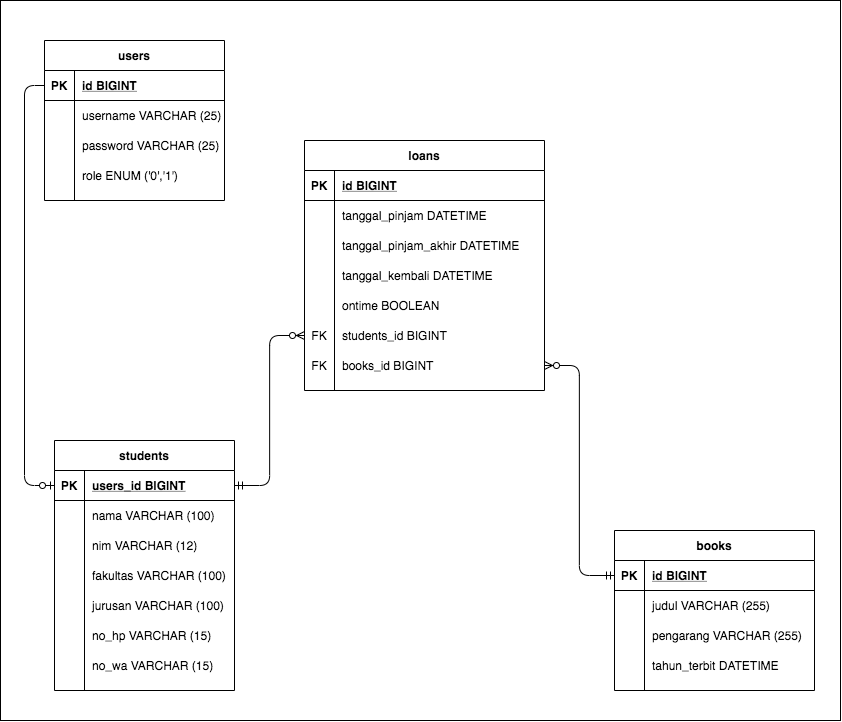
The draw.io diagram public/erd/perpus.png in rizqi-111/jwt-sanbercode, before a commit. Source tidied: cells renumbered, new cells last; positions are measured from the earlier drawing's top-left corner, leaving out a move shared by most shapes. The source it was exported from:
```xml
<mxGraphModel>
  <root>
    <mxCell id="0" />
    <mxCell id="1" parent="0" />
    <mxCell id="2" style="rounded=0;whiteSpace=wrap;html=1;" parent="1" vertex="1">
      <mxGeometry width="840" height="720" as="geometry" />
    </mxCell>
    <mxCell id="3" value="users" style="shape=table;startSize=30;rowLines=0;fontStyle=1;align=center;" parent="1" vertex="1">
      <mxGeometry x="44" y="40" width="180" height="160" as="geometry" />
    </mxCell>
    <mxCell id="4" style="shape=partialRectangle;fillColor=none;top=0;left=0;bottom=1;right=0;points=[[0,0.5],[1,0.5]];portConstraint=eastwest;" parent="3" vertex="1">
      <mxGeometry y="30" width="180" height="30" as="geometry" />
    </mxCell>
    <mxCell id="5" value="PK" style="shape=partialRectangle;fillColor=none;top=0;left=0;bottom=0;right=0;fontStyle=1;overflow=hidden;" parent="4" vertex="1">
      <mxGeometry width="30" height="30" as="geometry" />
    </mxCell>
    <mxCell id="6" value="id BIGINT" style="shape=partialRectangle;fillColor=none;top=0;left=0;bottom=0;right=0;align=left;spacingLeft=6;fontStyle=5;overflow=hidden;" parent="4" vertex="1">
      <mxGeometry x="30" width="150" height="30" as="geometry" />
    </mxCell>
    <mxCell id="7" style="shape=partialRectangle;fillColor=none;top=0;left=0;bottom=0;right=0;" parent="3" vertex="1">
      <mxGeometry y="60" width="180" height="30" as="geometry" />
    </mxCell>
    <mxCell id="8" style="shape=partialRectangle;fillColor=none;top=0;left=0;bottom=0;right=0;overflow=hidden;" parent="7" vertex="1">
      <mxGeometry width="30" height="30" as="geometry" />
    </mxCell>
    <mxCell id="9" value="username VARCHAR (25)" style="shape=partialRectangle;fillColor=none;top=0;left=0;bottom=0;right=0;align=left;spacingLeft=6;overflow=hidden;" parent="7" vertex="1">
      <mxGeometry x="30" width="150" height="30" as="geometry" />
    </mxCell>
    <mxCell id="10" style="shape=partialRectangle;fillColor=none;top=0;left=0;bottom=0;right=0;" parent="3" vertex="1">
      <mxGeometry y="90" width="180" height="30" as="geometry" />
    </mxCell>
    <mxCell id="11" style="shape=partialRectangle;fillColor=none;top=0;left=0;bottom=0;right=0;overflow=hidden;" parent="10" vertex="1">
      <mxGeometry width="30" height="30" as="geometry" />
    </mxCell>
    <mxCell id="12" value="password VARCHAR (25)" style="shape=partialRectangle;fillColor=none;top=0;left=0;bottom=0;right=0;align=left;spacingLeft=6;overflow=hidden;" parent="10" vertex="1">
      <mxGeometry x="30" width="150" height="30" as="geometry" />
    </mxCell>
    <mxCell id="13" style="shape=partialRectangle;fillColor=none;top=0;left=0;bottom=0;right=0;" parent="3" vertex="1">
      <mxGeometry y="120" width="180" height="30" as="geometry" />
    </mxCell>
    <mxCell id="14" style="shape=partialRectangle;fillColor=none;top=0;left=0;bottom=0;right=0;overflow=hidden;" parent="13" vertex="1">
      <mxGeometry width="30" height="30" as="geometry" />
    </mxCell>
    <mxCell id="15" value="role ENUM ('0','1')" style="shape=partialRectangle;fillColor=none;top=0;left=0;bottom=0;right=0;align=left;spacingLeft=6;overflow=hidden;" parent="13" vertex="1">
      <mxGeometry x="30" width="150" height="30" as="geometry" />
    </mxCell>
    <mxCell id="16" value="students" style="shape=table;startSize=30;rowLines=0;fontStyle=1;align=center;" parent="1" vertex="1">
      <mxGeometry x="54" y="440" width="180" height="250" as="geometry" />
    </mxCell>
    <mxCell id="17" style="shape=partialRectangle;fillColor=none;top=0;left=0;bottom=1;right=0;points=[[0,0.5],[1,0.5]];portConstraint=eastwest;" parent="16" vertex="1">
      <mxGeometry y="30" width="180" height="30" as="geometry" />
    </mxCell>
    <mxCell id="18" value="PK" style="shape=partialRectangle;fillColor=none;top=0;left=0;bottom=0;right=0;fontStyle=1;overflow=hidden;" parent="17" vertex="1">
      <mxGeometry width="30" height="30" as="geometry" />
    </mxCell>
    <mxCell id="19" value="users_id BIGINT" style="shape=partialRectangle;fillColor=none;top=0;left=0;bottom=0;right=0;align=left;spacingLeft=6;fontStyle=5;overflow=hidden;" parent="17" vertex="1">
      <mxGeometry x="30" width="150" height="30" as="geometry" />
    </mxCell>
    <mxCell id="20" style="shape=partialRectangle;fillColor=none;top=0;left=0;bottom=0;right=0;" parent="16" vertex="1">
      <mxGeometry y="60" width="180" height="30" as="geometry" />
    </mxCell>
    <mxCell id="21" style="shape=partialRectangle;fillColor=none;top=0;left=0;bottom=0;right=0;overflow=hidden;" parent="20" vertex="1">
      <mxGeometry width="30" height="30" as="geometry" />
    </mxCell>
    <mxCell id="22" value="nama VARCHAR (100)" style="shape=partialRectangle;fillColor=none;top=0;left=0;bottom=0;right=0;align=left;spacingLeft=6;overflow=hidden;" parent="20" vertex="1">
      <mxGeometry x="30" width="150" height="30" as="geometry" />
    </mxCell>
    <mxCell id="23" style="shape=partialRectangle;fillColor=none;top=0;left=0;bottom=0;right=0;" parent="16" vertex="1">
      <mxGeometry y="90" width="180" height="30" as="geometry" />
    </mxCell>
    <mxCell id="24" style="shape=partialRectangle;fillColor=none;top=0;left=0;bottom=0;right=0;overflow=hidden;" parent="23" vertex="1">
      <mxGeometry width="30" height="30" as="geometry" />
    </mxCell>
    <mxCell id="25" value="nim VARCHAR (12)" style="shape=partialRectangle;fillColor=none;top=0;left=0;bottom=0;right=0;align=left;spacingLeft=6;overflow=hidden;" parent="23" vertex="1">
      <mxGeometry x="30" width="150" height="30" as="geometry" />
    </mxCell>
    <mxCell id="26" style="shape=partialRectangle;fillColor=none;top=0;left=0;bottom=0;right=0;" parent="16" vertex="1">
      <mxGeometry y="120" width="180" height="30" as="geometry" />
    </mxCell>
    <mxCell id="27" style="shape=partialRectangle;fillColor=none;top=0;left=0;bottom=0;right=0;overflow=hidden;" parent="26" vertex="1">
      <mxGeometry width="30" height="30" as="geometry" />
    </mxCell>
    <mxCell id="28" value="fakultas VARCHAR (100)" style="shape=partialRectangle;fillColor=none;top=0;left=0;bottom=0;right=0;align=left;spacingLeft=6;overflow=hidden;" parent="26" vertex="1">
      <mxGeometry x="30" width="150" height="30" as="geometry" />
    </mxCell>
    <mxCell id="29" style="shape=partialRectangle;fillColor=none;top=0;left=0;bottom=0;right=0;" parent="16" vertex="1">
      <mxGeometry y="150" width="180" height="30" as="geometry" />
    </mxCell>
    <mxCell id="30" style="shape=partialRectangle;fillColor=none;top=0;left=0;bottom=0;right=0;overflow=hidden;" parent="29" vertex="1">
      <mxGeometry width="30" height="30" as="geometry" />
    </mxCell>
    <mxCell id="31" value="jurusan VARCHAR (100)" style="shape=partialRectangle;fillColor=none;top=0;left=0;bottom=0;right=0;align=left;spacingLeft=6;overflow=hidden;" parent="29" vertex="1">
      <mxGeometry x="30" width="150" height="30" as="geometry" />
    </mxCell>
    <mxCell id="32" style="shape=partialRectangle;fillColor=none;top=0;left=0;bottom=0;right=0;" parent="16" vertex="1">
      <mxGeometry y="180" width="180" height="30" as="geometry" />
    </mxCell>
    <mxCell id="33" style="shape=partialRectangle;fillColor=none;top=0;left=0;bottom=0;right=0;overflow=hidden;" parent="32" vertex="1">
      <mxGeometry width="30" height="30" as="geometry" />
    </mxCell>
    <mxCell id="34" value="no_hp VARCHAR (15)" style="shape=partialRectangle;fillColor=none;top=0;left=0;bottom=0;right=0;align=left;spacingLeft=6;overflow=hidden;" parent="32" vertex="1">
      <mxGeometry x="30" width="150" height="30" as="geometry" />
    </mxCell>
    <mxCell id="35" style="shape=partialRectangle;fillColor=none;top=0;left=0;bottom=0;right=0;" parent="16" vertex="1">
      <mxGeometry y="210" width="180" height="30" as="geometry" />
    </mxCell>
    <mxCell id="36" style="shape=partialRectangle;fillColor=none;top=0;left=0;bottom=0;right=0;overflow=hidden;" parent="35" vertex="1">
      <mxGeometry width="30" height="30" as="geometry" />
    </mxCell>
    <mxCell id="37" value="no_wa VARCHAR (15)" style="shape=partialRectangle;fillColor=none;top=0;left=0;bottom=0;right=0;align=left;spacingLeft=6;overflow=hidden;" parent="35" vertex="1">
      <mxGeometry x="30" width="150" height="30" as="geometry" />
    </mxCell>
    <mxCell id="38" style="fontSize=12;html=1;endArrow=ERzeroToOne;endFill=1;exitX=0;exitY=0.5;exitDx=0;exitDy=0;entryX=0;entryY=0.5;entryDx=0;entryDy=0;edgeStyle=orthogonalEdgeStyle;" parent="1" edge="1" source="4" target="17">
      <mxGeometry relative="1" as="geometry">
        <Array as="points">
          <mxPoint x="24" y="85" />
          <mxPoint x="24" y="485" />
        </Array>
      </mxGeometry>
    </mxCell>
    <mxCell id="39" style="fontSize=12;html=1;endArrow=ERzeroToMany;startArrow=ERmandOne;exitX=1;exitY=0.5;exitDx=0;exitDy=0;entryX=0;entryY=0.5;entryDx=0;entryDy=0;edgeStyle=orthogonalEdgeStyle;" parent="1" edge="1" source="17" target="56">
      <mxGeometry relative="1" as="geometry" />
    </mxCell>
    <mxCell id="40" value="loans" style="shape=table;startSize=30;rowLines=0;fontStyle=1;align=center;" parent="1" vertex="1">
      <mxGeometry x="304" y="140" width="240" height="250" as="geometry" />
    </mxCell>
    <mxCell id="41" style="shape=partialRectangle;fillColor=none;top=0;left=0;bottom=1;right=0;" parent="40" vertex="1">
      <mxGeometry y="30" width="240" height="30" as="geometry" />
    </mxCell>
    <mxCell id="42" value="PK" style="shape=partialRectangle;fillColor=none;top=0;left=0;bottom=0;right=0;fontStyle=1;overflow=hidden;" parent="41" vertex="1">
      <mxGeometry width="30" height="30" as="geometry" />
    </mxCell>
    <mxCell id="43" value="id BIGINT" style="shape=partialRectangle;fillColor=none;top=0;left=0;bottom=0;right=0;align=left;spacingLeft=6;fontStyle=5;overflow=hidden;" parent="41" vertex="1">
      <mxGeometry x="30" width="210" height="30" as="geometry" />
    </mxCell>
    <mxCell id="44" style="shape=partialRectangle;fillColor=none;top=0;left=0;bottom=0;right=0;" parent="40" vertex="1">
      <mxGeometry y="60" width="240" height="30" as="geometry" />
    </mxCell>
    <mxCell id="45" style="shape=partialRectangle;fillColor=none;top=0;left=0;bottom=0;right=0;overflow=hidden;" parent="44" vertex="1">
      <mxGeometry width="30" height="30" as="geometry" />
    </mxCell>
    <mxCell id="46" value="tanggal_pinjam DATETIME" style="shape=partialRectangle;fillColor=none;top=0;left=0;bottom=0;right=0;align=left;spacingLeft=6;overflow=hidden;" parent="44" vertex="1">
      <mxGeometry x="30" width="210" height="30" as="geometry" />
    </mxCell>
    <mxCell id="47" style="shape=partialRectangle;fillColor=none;top=0;left=0;bottom=0;right=0;" parent="40" vertex="1">
      <mxGeometry y="90" width="240" height="30" as="geometry" />
    </mxCell>
    <mxCell id="48" style="shape=partialRectangle;fillColor=none;top=0;left=0;bottom=0;right=0;overflow=hidden;" parent="47" vertex="1">
      <mxGeometry width="30" height="30" as="geometry" />
    </mxCell>
    <mxCell id="49" value="tanggal_pinjam_akhir DATETIME" style="shape=partialRectangle;fillColor=none;top=0;left=0;bottom=0;right=0;align=left;spacingLeft=6;overflow=hidden;" parent="47" vertex="1">
      <mxGeometry x="30" width="210" height="30" as="geometry" />
    </mxCell>
    <mxCell id="50" style="shape=partialRectangle;fillColor=none;top=0;left=0;bottom=0;right=0;" parent="40" vertex="1">
      <mxGeometry y="120" width="240" height="30" as="geometry" />
    </mxCell>
    <mxCell id="51" style="shape=partialRectangle;fillColor=none;top=0;left=0;bottom=0;right=0;overflow=hidden;" parent="50" vertex="1">
      <mxGeometry width="30" height="30" as="geometry" />
    </mxCell>
    <mxCell id="52" value="tanggal_kembali DATETIME" style="shape=partialRectangle;fillColor=none;top=0;left=0;bottom=0;right=0;align=left;spacingLeft=6;overflow=hidden;" parent="50" vertex="1">
      <mxGeometry x="30" width="210" height="30" as="geometry" />
    </mxCell>
    <mxCell id="53" style="shape=partialRectangle;fillColor=none;top=0;left=0;bottom=0;right=0;" parent="40" vertex="1">
      <mxGeometry y="150" width="240" height="30" as="geometry" />
    </mxCell>
    <mxCell id="54" style="shape=partialRectangle;fillColor=none;top=0;left=0;bottom=0;right=0;overflow=hidden;" parent="53" vertex="1">
      <mxGeometry width="30" height="30" as="geometry" />
    </mxCell>
    <mxCell id="55" value="ontime BOOLEAN" style="shape=partialRectangle;fillColor=none;top=0;left=0;bottom=0;right=0;align=left;spacingLeft=6;overflow=hidden;" parent="53" vertex="1">
      <mxGeometry x="30" width="210" height="30" as="geometry" />
    </mxCell>
    <mxCell id="56" style="shape=partialRectangle;fillColor=none;top=0;left=0;bottom=0;right=0;points=[[0,0.5],[1,0.5]];portConstraint=eastwest;" parent="40" vertex="1">
      <mxGeometry y="180" width="240" height="30" as="geometry" />
    </mxCell>
    <mxCell id="57" value="FK" style="shape=partialRectangle;fillColor=none;top=0;left=0;bottom=0;right=0;fontStyle=0;overflow=hidden;" parent="56" vertex="1">
      <mxGeometry width="30" height="30" as="geometry" />
    </mxCell>
    <mxCell id="58" value="students_id BIGINT" style="shape=partialRectangle;fillColor=none;top=0;left=0;bottom=0;right=0;align=left;spacingLeft=6;fontStyle=0;overflow=hidden;" parent="56" vertex="1">
      <mxGeometry x="30" width="210" height="30" as="geometry" />
    </mxCell>
    <mxCell id="59" style="shape=partialRectangle;fillColor=none;top=0;left=0;bottom=0;right=0;points=[[0,0.5],[1,0.5]];portConstraint=eastwest;" parent="40" vertex="1">
      <mxGeometry y="210" width="240" height="30" as="geometry" />
    </mxCell>
    <mxCell id="60" value="FK" style="shape=partialRectangle;fillColor=none;top=0;left=0;bottom=0;right=0;fontStyle=0;overflow=hidden;" parent="59" vertex="1">
      <mxGeometry width="30" height="30" as="geometry" />
    </mxCell>
    <mxCell id="61" value="books_id BIGINT" style="shape=partialRectangle;fillColor=none;top=0;left=0;bottom=0;right=0;align=left;spacingLeft=6;fontStyle=0;overflow=hidden;" parent="59" vertex="1">
      <mxGeometry x="30" width="210" height="30" as="geometry" />
    </mxCell>
    <mxCell id="62" style="fontSize=12;html=1;endArrow=ERzeroToMany;startArrow=ERmandOne;entryX=1;entryY=0.5;entryDx=0;entryDy=0;exitX=0;exitY=0.5;exitDx=0;exitDy=0;edgeStyle=orthogonalEdgeStyle;" parent="1" edge="1" source="64" target="59">
      <mxGeometry relative="1" as="geometry" />
    </mxCell>
    <mxCell id="63" value="books" style="shape=table;startSize=30;rowLines=0;fontStyle=1;align=center;" parent="1" vertex="1">
      <mxGeometry x="614" y="530" width="200" height="160" as="geometry" />
    </mxCell>
    <mxCell id="64" style="shape=partialRectangle;fillColor=none;top=0;left=0;bottom=1;right=0;points=[[0,0.5],[1,0.5]];portConstraint=eastwest;" parent="63" vertex="1">
      <mxGeometry y="30" width="200" height="30" as="geometry" />
    </mxCell>
    <mxCell id="65" value="PK" style="shape=partialRectangle;fillColor=none;top=0;left=0;bottom=0;right=0;fontStyle=1;overflow=hidden;" parent="64" vertex="1">
      <mxGeometry width="30" height="30" as="geometry" />
    </mxCell>
    <mxCell id="66" value="id BIGINT" style="shape=partialRectangle;fillColor=none;top=0;left=0;bottom=0;right=0;align=left;spacingLeft=6;fontStyle=5;overflow=hidden;" parent="64" vertex="1">
      <mxGeometry x="30" width="170" height="30" as="geometry" />
    </mxCell>
    <mxCell id="67" style="shape=partialRectangle;fillColor=none;top=0;left=0;bottom=0;right=0;" parent="63" vertex="1">
      <mxGeometry y="60" width="200" height="30" as="geometry" />
    </mxCell>
    <mxCell id="68" style="shape=partialRectangle;fillColor=none;top=0;left=0;bottom=0;right=0;overflow=hidden;" parent="67" vertex="1">
      <mxGeometry width="30" height="30" as="geometry" />
    </mxCell>
    <mxCell id="69" value="judul VARCHAR (255)" style="shape=partialRectangle;fillColor=none;top=0;left=0;bottom=0;right=0;align=left;spacingLeft=6;overflow=hidden;" parent="67" vertex="1">
      <mxGeometry x="30" width="170" height="30" as="geometry" />
    </mxCell>
    <mxCell id="70" style="shape=partialRectangle;fillColor=none;top=0;left=0;bottom=0;right=0;" parent="63" vertex="1">
      <mxGeometry y="90" width="200" height="30" as="geometry" />
    </mxCell>
    <mxCell id="71" style="shape=partialRectangle;fillColor=none;top=0;left=0;bottom=0;right=0;overflow=hidden;" parent="70" vertex="1">
      <mxGeometry width="30" height="30" as="geometry" />
    </mxCell>
    <mxCell id="72" value="pengarang VARCHAR (255)" style="shape=partialRectangle;fillColor=none;top=0;left=0;bottom=0;right=0;align=left;spacingLeft=6;overflow=hidden;" parent="70" vertex="1">
      <mxGeometry x="30" width="170" height="30" as="geometry" />
    </mxCell>
    <mxCell id="73" style="shape=partialRectangle;fillColor=none;top=0;left=0;bottom=0;right=0;" parent="63" vertex="1">
      <mxGeometry y="120" width="200" height="30" as="geometry" />
    </mxCell>
    <mxCell id="74" style="shape=partialRectangle;fillColor=none;top=0;left=0;bottom=0;right=0;overflow=hidden;" parent="73" vertex="1">
      <mxGeometry width="30" height="30" as="geometry" />
    </mxCell>
    <mxCell id="75" value="tahun_terbit DATETIME" style="shape=partialRectangle;fillColor=none;top=0;left=0;bottom=0;right=0;align=left;spacingLeft=6;overflow=hidden;" parent="73" vertex="1">
      <mxGeometry x="30" width="170" height="30" as="geometry" />
    </mxCell>
  </root>
</mxGraphModel>
```
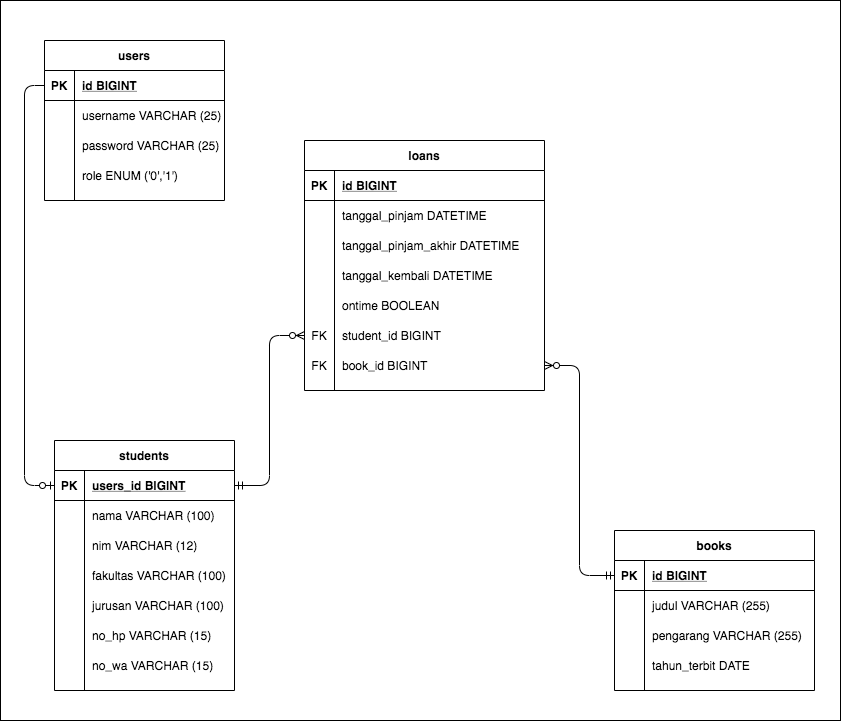
The same file after the commit.

Change to the diagram source:
```diff
@@ -175,7 +175,7 @@
     <mxCell id="57" value="FK" style="shape=partialRectangle;fillColor=none;top=0;left=0;bottom=0;right=0;fontStyle=0;overflow=hidden;" parent="56" vertex="1">
       <mxGeometry width="30" height="30" as="geometry" />
     </mxCell>
-    <mxCell id="58" value="students_id BIGINT" style="shape=partialRectangle;fillColor=none;top=0;left=0;bottom=0;right=0;align=left;spacingLeft=6;fontStyle=0;overflow=hidden;" parent="56" vertex="1">
+    <mxCell id="58" value="student_id BIGINT" style="shape=partialRectangle;fillColor=none;top=0;left=0;bottom=0;right=0;align=left;spacingLeft=6;fontStyle=0;overflow=hidden;" parent="56" vertex="1">
       <mxGeometry x="30" width="210" height="30" as="geometry" />
     </mxCell>
     <mxCell id="59" style="shape=partialRectangle;fillColor=none;top=0;left=0;bottom=0;right=0;points=[[0,0.5],[1,0.5]];portConstraint=eastwest;" parent="40" vertex="1">
@@ -184,7 +184,7 @@
     <mxCell id="60" value="FK" style="shape=partialRectangle;fillColor=none;top=0;left=0;bottom=0;right=0;fontStyle=0;overflow=hidden;" parent="59" vertex="1">
       <mxGeometry width="30" height="30" as="geometry" />
     </mxCell>
-    <mxCell id="61" value="books_id BIGINT" style="shape=partialRectangle;fillColor=none;top=0;left=0;bottom=0;right=0;align=left;spacingLeft=6;fontStyle=0;overflow=hidden;" parent="59" vertex="1">
+    <mxCell id="61" value="book_id BIGINT" style="shape=partialRectangle;fillColor=none;top=0;left=0;bottom=0;right=0;align=left;spacingLeft=6;fontStyle=0;overflow=hidden;" parent="59" vertex="1">
       <mxGeometry x="30" width="210" height="30" as="geometry" />
     </mxCell>
     <mxCell id="62" style="fontSize=12;html=1;endArrow=ERzeroToMany;startArrow=ERmandOne;entryX=1;entryY=0.5;entryDx=0;entryDy=0;exitX=0;exitY=0.5;exitDx=0;exitDy=0;edgeStyle=orthogonalEdgeStyle;" parent="1" edge="1" source="64" target="59">
@@ -226,7 +226,7 @@
     <mxCell id="74" style="shape=partialRectangle;fillColor=none;top=0;left=0;bottom=0;right=0;overflow=hidden;" parent="73" vertex="1">
       <mxGeometry width="30" height="30" as="geometry" />
     </mxCell>
-    <mxCell id="75" value="tahun_terbit DATETIME" style="shape=partialRectangle;fillColor=none;top=0;left=0;bottom=0;right=0;align=left;spacingLeft=6;overflow=hidden;" parent="73" vertex="1">
+    <mxCell id="75" value="tahun_terbit DATE" style="shape=partialRectangle;fillColor=none;top=0;left=0;bottom=0;right=0;align=left;spacingLeft=6;overflow=hidden;" parent="73" vertex="1">
       <mxGeometry x="30" width="170" height="30" as="geometry" />
     </mxCell>
   </root>
```
